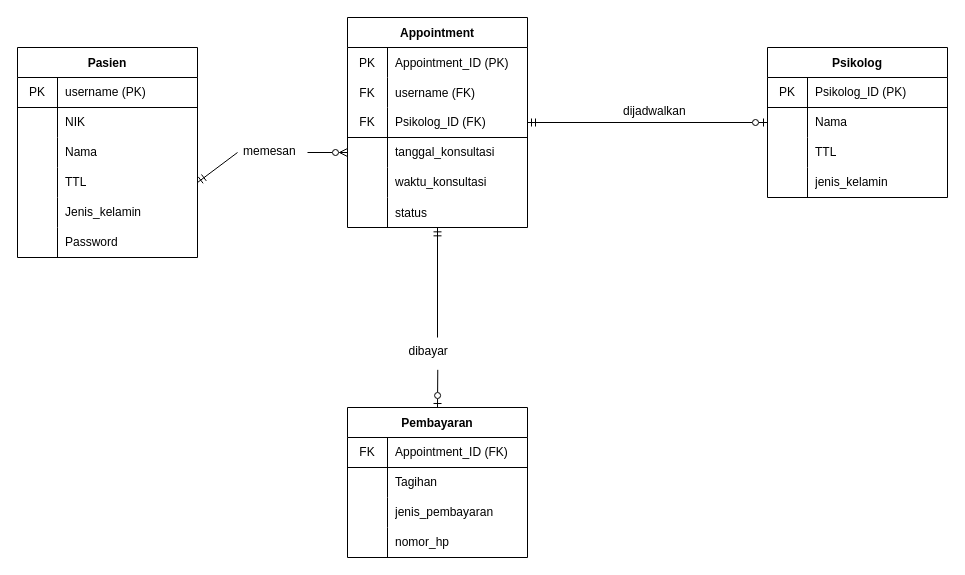
The draw.io diagram page "ERD" (1 of 2) of erd.drawio in mirzahm14/BrainHealth, before the edit. Source tidied: cells renumbered, new cells numbered last; positions are measured from the earlier drawing's top-left corner, leaving out a move shared by most shapes. Both pictures are drawn from the tidied source at 100%, with x=0, y=0 at pixel (17, 17).
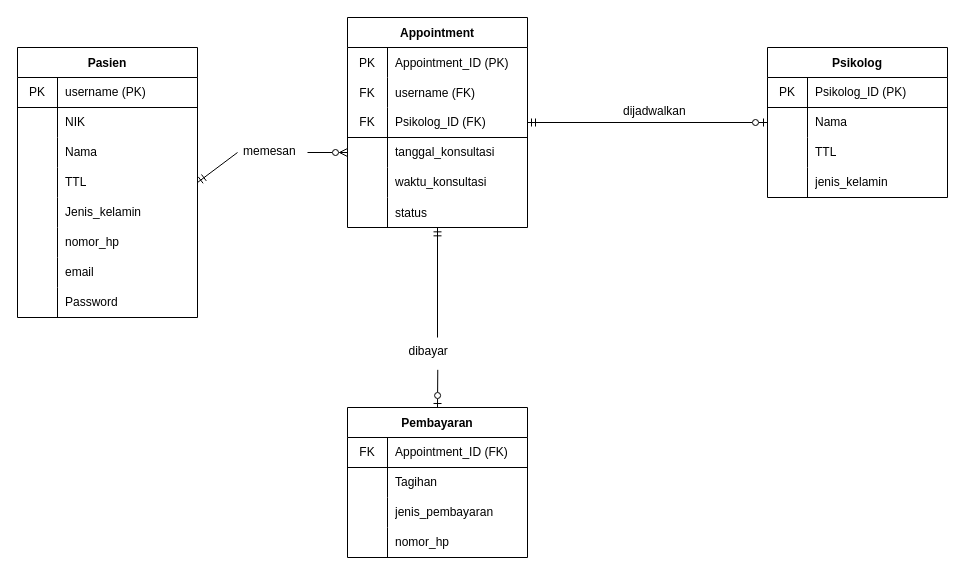
The same diagram, later.

Diff of the diagram source:
```diff
@@
     <mxCell id="2" value="Pasien" style="shape=table;startSize=30;childLayout=tableLayout;rowLines=0;fontStyle=1;align=center;" parent="1" vertex="1">
-      <mxGeometry y="30" width="180" height="210" as="geometry" />
+      <mxGeometry y="30" width="180" height="270" as="geometry" />
     </mxCell>
@@
+    <mxCell id="74" style="shape=partialRectangle;html=1;whiteSpace=wrap;fillColor=none;top=0;left=0;bottom=0;right=0;" parent="2" vertex="1">
+      <mxGeometry y="180" width="180" height="30" as="geometry" />
+    </mxCell>
+    <mxCell id="75" style="shape=partialRectangle;html=1;whiteSpace=wrap;fillColor=none;top=0;left=0;bottom=0;right=0;overflow=hidden;" parent="74" vertex="1">
+      <mxGeometry width="40" height="30" as="geometry" />
+    </mxCell>
+    <mxCell id="76" value="nomor_hp" style="shape=partialRectangle;html=1;whiteSpace=wrap;fillColor=none;top=0;left=0;bottom=0;right=0;align=left;spacingLeft=6;overflow=hidden;" parent="74" vertex="1">
+      <mxGeometry x="40" width="140" height="30" as="geometry" />
+    </mxCell>
+    <mxCell id="77" style="shape=partialRectangle;html=1;whiteSpace=wrap;fillColor=none;top=0;left=0;bottom=0;right=0;" parent="2" vertex="1">
+      <mxGeometry y="210" width="180" height="30" as="geometry" />
+    </mxCell>
+    <mxCell id="78" style="shape=partialRectangle;html=1;whiteSpace=wrap;fillColor=none;top=0;left=0;bottom=0;right=0;overflow=hidden;" parent="77" vertex="1">
+      <mxGeometry width="40" height="30" as="geometry" />
+    </mxCell>
+    <mxCell id="79" value="email" style="shape=partialRectangle;html=1;whiteSpace=wrap;fillColor=none;top=0;left=0;bottom=0;right=0;align=left;spacingLeft=6;overflow=hidden;" parent="77" vertex="1">
+      <mxGeometry x="40" width="140" height="30" as="geometry" />
+    </mxCell>
     <mxCell id="18" style="shape=partialRectangle;html=1;whiteSpace=wrap;fillColor=none;top=0;left=0;bottom=0;right=0;" parent="2" vertex="1">
-      <mxGeometry y="180" width="180" height="30" as="geometry" />
+      <mxGeometry y="240" width="180" height="30" as="geometry" />
     </mxCell>
```
